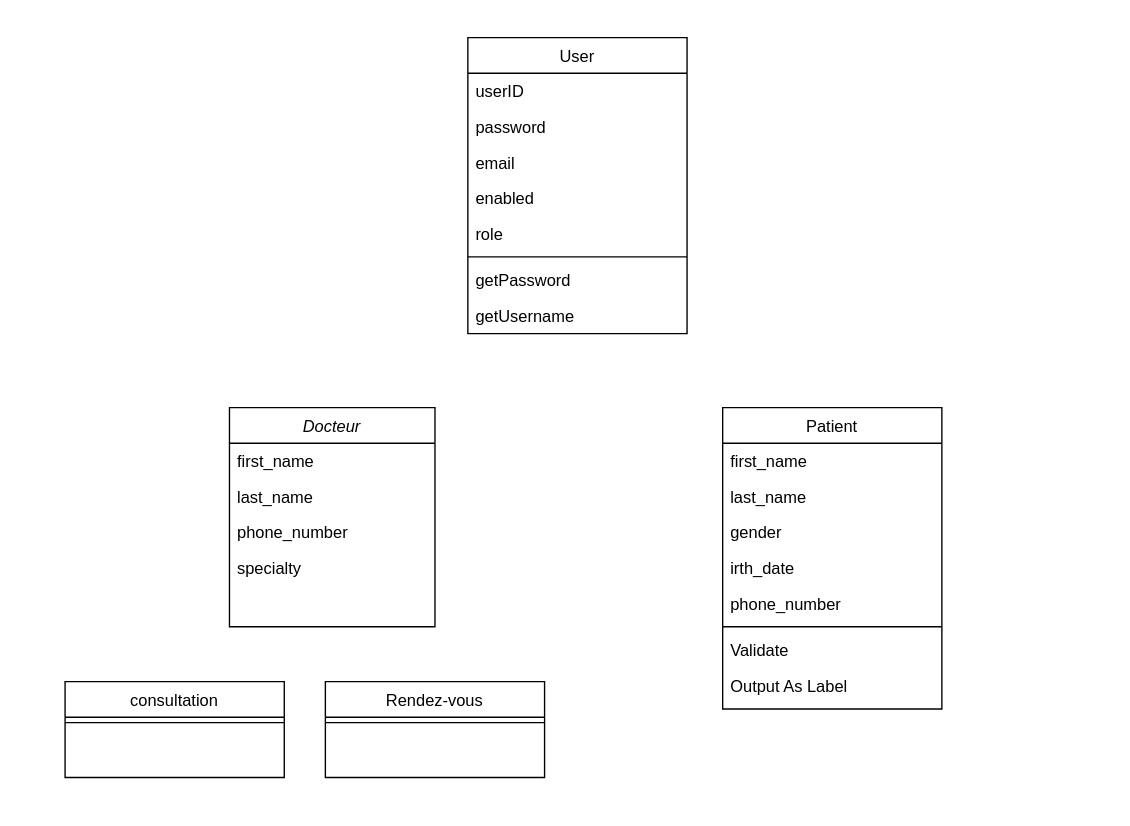
Before: Diagramme sans nom.drawio in pillarmulenda/mon-cv, a draw.io diagram. Source tidied: cells renumbered, new cells numbered last; positions are measured from the earlier drawing's top-left corner, leaving out a move shared by most shapes. Both pictures are drawn from the tidied source at 137%, with x=0, y=0 at pixel (64, 37).
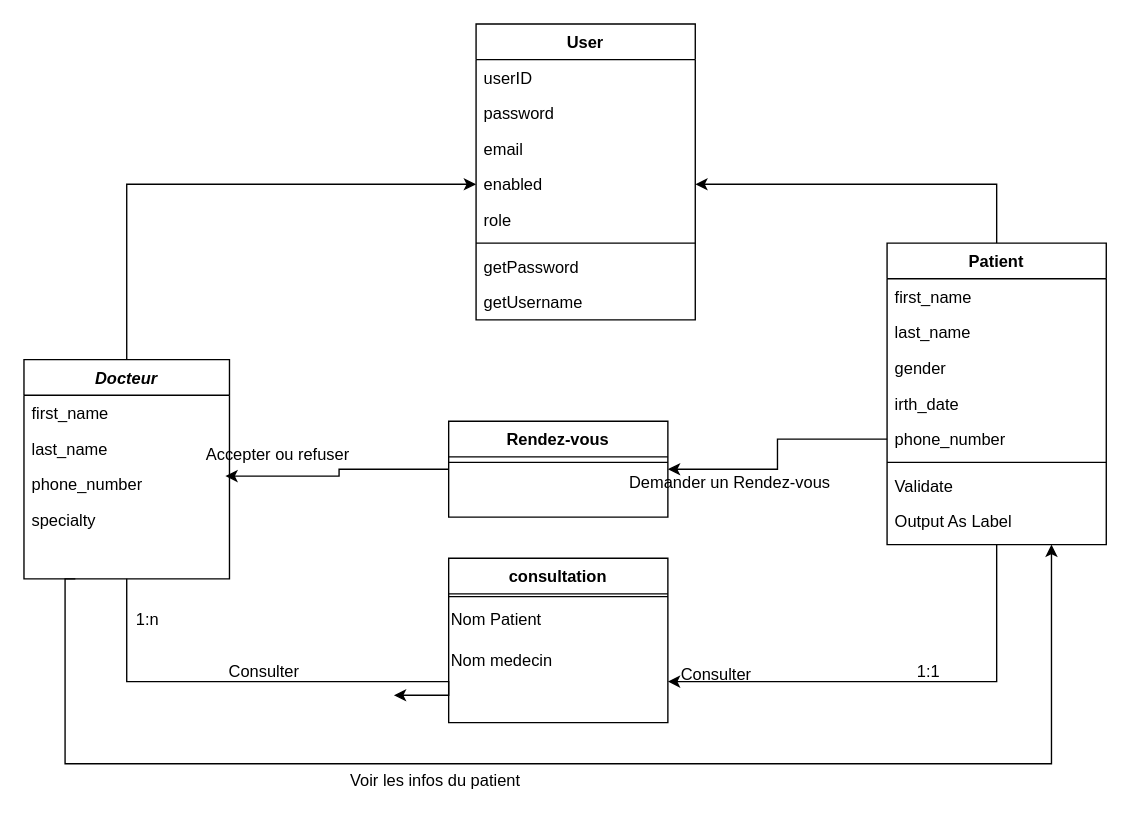
After the change.

Commit message:
Mettre à jour Diagramme sans nom.drawio

The change refers to these unchanged cells:
```xml
<mxCell id="5" value="phone_number&#10;" style="text;align=left;verticalAlign=top;spacingLeft=4;spacingRight=4;overflow=hidden;points=[[0,0.5],[1,0.5]];portConstraint=eastwest;rounded=0;shadow=0;html=0;" parent="2" vertex="1">
  <mxGeometry y="78" width="150" height="26" as="geometry" />
</mxCell>
<mxCell id="14" value="phone_number" style="text;align=left;verticalAlign=top;spacingLeft=4;spacingRight=4;overflow=hidden;points=[[0,0.5],[1,0.5]];portConstraint=eastwest;rounded=0;shadow=0;html=0;" parent="9" vertex="1">
  <mxGeometry y="130" width="160" height="26" as="geometry" />
</mxCell>
<mxCell id="22" value="enabled" style="text;align=left;verticalAlign=top;spacingLeft=4;spacingRight=4;overflow=hidden;points=[[0,0.5],[1,0.5]];portConstraint=eastwest;rounded=0;shadow=0;html=0;" parent="18" vertex="1">
  <mxGeometry y="104" width="160" height="26" as="geometry" />
</mxCell>
```

Diff of the diagram source:
```diff
@@
+    <mxCell id="29" style="edgeStyle=orthogonalEdgeStyle;rounded=0;jettySize=auto;html=1;exitX=0.5;exitY=0;exitDx=0;exitDy=0;entryX=0;entryY=0.5;entryDx=0;entryDy=0;" parent="1" edge="1" source="2" target="22">
+      <mxGeometry relative="1" as="geometry" />
+    </mxCell>
+    <mxCell id="30" style="edgeStyle=orthogonalEdgeStyle;rounded=0;jettySize=auto;html=1;exitX=0.5;exitY=1;exitDx=0;exitDy=0;" parent="1" edge="1" source="2">
+      <mxGeometry relative="1" as="geometry">
+        <mxPoint x="240" y="480" as="targetPoint" />
+        <Array as="points">
+          <mxPoint x="45" y="470" />
+          <mxPoint x="280" y="470" />
+          <mxPoint x="280" y="480" />
+        </Array>
+      </mxGeometry>
+    </mxCell>
+    <mxCell id="31" style="edgeStyle=orthogonalEdgeStyle;rounded=0;jettySize=auto;html=1;exitX=0.25;exitY=1;exitDx=0;exitDy=0;entryX=0.75;entryY=1;entryDx=0;entryDy=0;" parent="1" edge="1" source="2" target="9">
+      <mxGeometry relative="1" as="geometry">
+        <Array as="points">
+          <mxPoint y="395" />
+          <mxPoint y="530" />
+          <mxPoint x="720" y="530" />
+        </Array>
+      </mxGeometry>
+    </mxCell>
-    <mxCell id="2" value="Docteur" style="swimlane;fontStyle=2;align=center;verticalAlign=top;horizontal=1;startSize=26;rounded=0;shadow=0;strokeWidth=1;" parent="1" vertex="1">
-      <mxGeometry x="120" y="270" width="150" height="160" as="geometry" />
+    <mxCell id="2" value="Docteur" style="swimlane;fontStyle=3;align=center;verticalAlign=top;horizontal=1;startSize=26;rounded=0;shadow=0;strokeWidth=1;" parent="1" vertex="1">
+      <mxGeometry x="-30" y="235" width="150" height="160" as="geometry" />
     </mxCell>
@@
-    <mxCell id="7" value="consultation" style="swimlane;fontStyle=0;align=center;verticalAlign=top;horizontal=1;startSize=26;rounded=0;shadow=0;strokeWidth=1;" parent="1" vertex="1">
-      <mxGeometry y="470" width="160" height="70" as="geometry" />
+    <mxCell id="7" value="consultation" style="swimlane;fontStyle=1;align=center;verticalAlign=top;horizontal=1;startSize=26;rounded=0;shadow=0;strokeWidth=1;" parent="1" vertex="1">
+      <mxGeometry x="280" y="380" width="160" height="120" as="geometry" />
     </mxCell>
     <mxCell id="8" style="line;html=1;strokeWidth=1;align=left;verticalAlign=middle;spacingTop=-1;spacingLeft=3;spacingRight=3;labelPosition=right;" parent="7" vertex="1">
-      <mxGeometry y="26" width="160" height="8" as="geometry" />
+      <mxGeometry y="26" width="160" height="4" as="geometry" />
     </mxCell>
+    <mxCell id="32" value="Nom Patient" style="text;html=1;align=left;verticalAlign=middle;strokeColor=none;fillColor=none;" parent="7" vertex="1">
+      <mxGeometry y="30" width="160" height="30" as="geometry" />
+    </mxCell>
+    <mxCell id="33" value="Nom medecin" style="text;html=1;align=left;verticalAlign=middle;strokeColor=none;fillColor=none;" parent="7" vertex="1">
+      <mxGeometry y="60" width="160" height="30" as="geometry" />
+    </mxCell>
+    <mxCell id="34" style="edgeStyle=orthogonalEdgeStyle;rounded=0;jettySize=auto;html=1;exitX=0.5;exitY=0;exitDx=0;exitDy=0;entryX=1;entryY=0.5;entryDx=0;entryDy=0;" parent="1" edge="1" source="9" target="22">
+      <mxGeometry relative="1" as="geometry" />
+    </mxCell>
+    <mxCell id="35" style="edgeStyle=orthogonalEdgeStyle;rounded=0;jettySize=auto;html=1;exitX=0.5;exitY=1;exitDx=0;exitDy=0;entryX=1;entryY=0.75;entryDx=0;entryDy=0;" parent="1" edge="1" source="9" target="7">
+      <mxGeometry relative="1" as="geometry" />
+    </mxCell>
-    <mxCell id="9" value="Patient" style="swimlane;fontStyle=0;align=center;verticalAlign=top;horizontal=1;startSize=26;rounded=0;shadow=0;strokeWidth=1;" parent="1" vertex="1">
-      <mxGeometry x="480" y="270" width="160" height="220" as="geometry" />
+    <mxCell id="9" value="Patient" style="swimlane;fontStyle=1;align=center;verticalAlign=top;horizontal=1;startSize=26;rounded=0;shadow=0;strokeWidth=1;" parent="1" vertex="1">
+      <mxGeometry x="600" y="150" width="160" height="220" as="geometry" />
     </mxCell>
@@
-    <mxCell id="18" value="User" style="swimlane;fontStyle=0;align=center;verticalAlign=top;horizontal=1;startSize=26;rounded=0;shadow=0;strokeWidth=1;" parent="1" vertex="1">
-      <mxGeometry x="294" width="160" height="216" as="geometry" />
+    <mxCell id="18" value="User" style="swimlane;fontStyle=1;align=center;verticalAlign=top;horizontal=1;startSize=26;rounded=0;shadow=0;strokeWidth=1;" parent="1" vertex="1">
+      <mxGeometry x="300" y="-10" width="160" height="216" as="geometry" />
     </mxCell>
@@
-    <mxCell id="27" value="Rendez-vous" style="swimlane;fontStyle=0;align=center;verticalAlign=top;horizontal=1;startSize=26;rounded=0;shadow=0;strokeWidth=1;" parent="1" vertex="1">
-      <mxGeometry x="190" y="470" width="160" height="70" as="geometry" />
+    <mxCell id="27" value="Rendez-vous" style="swimlane;fontStyle=1;align=center;verticalAlign=top;horizontal=1;startSize=26;rounded=0;shadow=0;strokeWidth=1;" parent="1" vertex="1">
+      <mxGeometry x="280" y="280" width="160" height="70" as="geometry" />
     </mxCell>
@@
+    <mxCell id="36" value="Demander un Rendez-vous" style="text;html=1;align=center;verticalAlign=middle;strokeColor=none;fillColor=none;" parent="1" vertex="1">
+      <mxGeometry x="400" y="310" width="170" height="30" as="geometry" />
+    </mxCell>
+    <mxCell id="37" value="Accepter ou refuser" style="text;html=1;align=center;verticalAlign=middle;strokeColor=none;fillColor=none;" parent="1" vertex="1">
+      <mxGeometry x="90" y="290" width="130" height="30" as="geometry" />
+    </mxCell>
+    <mxCell id="38" style="edgeStyle=orthogonalEdgeStyle;rounded=0;jettySize=auto;html=1;exitX=0;exitY=0.5;exitDx=0;exitDy=0;entryX=0.98;entryY=0.269;entryDx=0;entryDy=0;entryPerimeter=0;" parent="1" edge="1" source="27" target="5">
+      <mxGeometry relative="1" as="geometry" />
+    </mxCell>
+    <mxCell id="39" style="edgeStyle=orthogonalEdgeStyle;rounded=0;jettySize=auto;html=1;exitX=0;exitY=0.5;exitDx=0;exitDy=0;entryX=1;entryY=0.5;entryDx=0;entryDy=0;" parent="1" edge="1" source="14" target="27">
+      <mxGeometry relative="1" as="geometry" />
+    </mxCell>
+    <mxCell id="40" value="1:n" style="text;html=1;align=center;verticalAlign=middle;strokeColor=none;fillColor=none;" parent="1" vertex="1">
+      <mxGeometry x="40" y="410" width="40" height="30" as="geometry" />
+    </mxCell>
+    <mxCell id="41" value="Consulter" style="text;html=1;align=center;verticalAlign=middle;strokeColor=none;fillColor=none;" parent="1" vertex="1">
+      <mxGeometry x="110" y="448" width="70" height="30" as="geometry" />
+    </mxCell>
+    <mxCell id="42" value="Consulter" style="text;html=1;align=center;verticalAlign=middle;strokeColor=none;fillColor=none;" parent="1" vertex="1">
+      <mxGeometry x="440" y="450" width="70" height="30" as="geometry" />
+    </mxCell>
+    <mxCell id="43" value="1:1" style="text;html=1;align=center;verticalAlign=middle;strokeColor=none;fillColor=none;" parent="1" vertex="1">
+      <mxGeometry x="610" y="448" width="40" height="30" as="geometry" />
+    </mxCell>
+    <mxCell id="44" value="Voir les infos du patient" style="text;html=1;align=center;verticalAlign=middle;strokeColor=none;fillColor=none;" parent="1" vertex="1">
+      <mxGeometry x="195" y="528" width="150" height="30" as="geometry" />
+    </mxCell>
```
